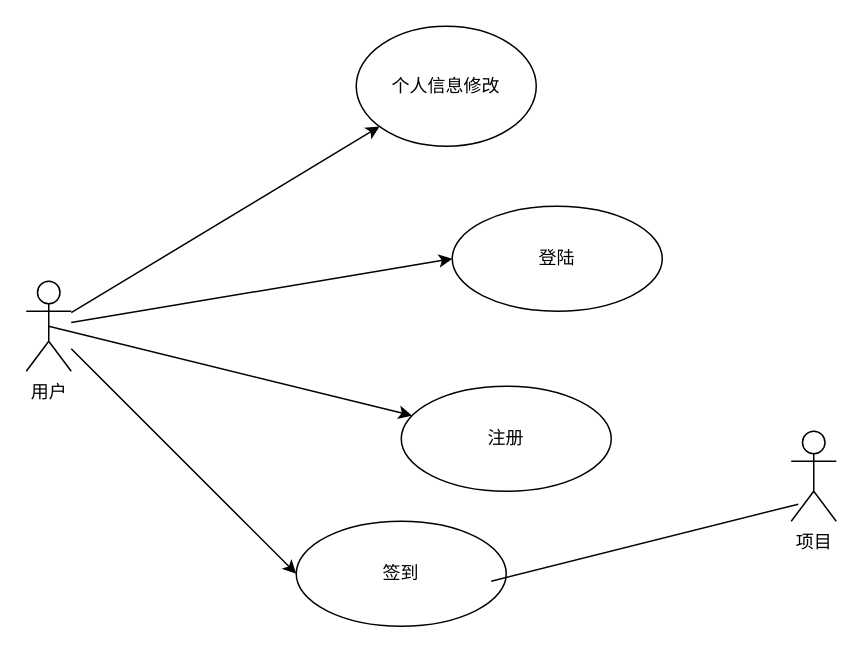
The draw.io diagram usecase/用户用例图.drawio in TongjiMicroservice/Documents, before the edit. Source tidied: cells renumbered, new cells numbered last; positions are measured from the earlier drawing's top-left corner, leaving out a move shared by most shapes. Both pictures are drawn from the tidied source at 150%, with x=0, y=0 at pixel (26, 26).
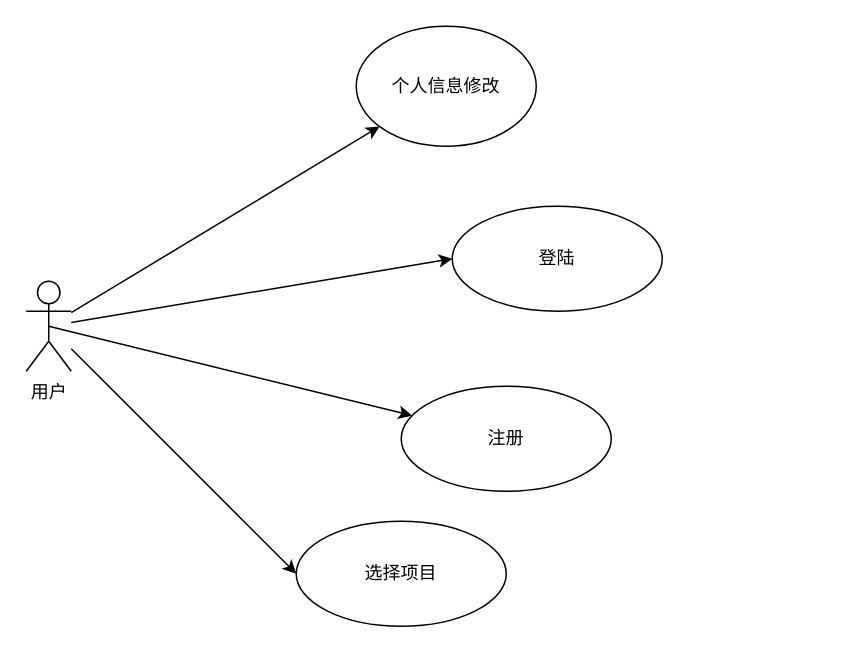
After the change.

Commit message:
Update 用户用例图.drawio

simple modify

What changed in the source:
```diff
@@
 <mxGraphModel>
   <root>
     <mxCell id="0" />
     <mxCell id="1" parent="0" />
     <mxCell id="2" style="rounded=0;jettySize=auto;html=1;exitX=0.5;exitY=0.5;exitDx=0;exitDy=0;exitPerimeter=0;" parent="1" edge="1" source="6" target="8">
       <mxGeometry relative="1" as="geometry" />
     </mxCell>
     <mxCell id="3" style="rounded=0;jettySize=auto;html=1;entryX=0;entryY=0.5;entryDx=0;entryDy=0;" parent="1" edge="1" source="6" target="7">
       <mxGeometry relative="1" as="geometry" />
     </mxCell>
     <mxCell id="4" style="rounded=0;jettySize=auto;html=1;entryX=0;entryY=0.5;entryDx=0;entryDy=0;" parent="1" edge="1" source="6" target="9">
       <mxGeometry relative="1" as="geometry" />
     </mxCell>
     <mxCell id="5" style="rounded=0;jettySize=auto;html=1;" parent="1" edge="1" source="6" target="12">
       <mxGeometry relative="1" as="geometry" />
     </mxCell>
     <mxCell id="6" value="用户&lt;br&gt;&lt;br&gt;" style="shape=umlActor;verticalLabelPosition=bottom;verticalAlign=top;html=1;" parent="1" vertex="1">
       <mxGeometry y="170" width="30" height="60" as="geometry" />
     </mxCell>
     <mxCell id="7" value="登陆&lt;br&gt;" style="ellipse;whiteSpace=wrap;html=1;" parent="1" vertex="1">
       <mxGeometry x="284" y="120" width="140" height="70" as="geometry" />
     </mxCell>
     <mxCell id="8" value="注册&lt;br&gt;" style="ellipse;whiteSpace=wrap;html=1;" parent="1" vertex="1">
       <mxGeometry x="250" y="240" width="140" height="70" as="geometry" />
     </mxCell>
-    <mxCell id="9" value="签到" style="ellipse;whiteSpace=wrap;html=1;" parent="1" vertex="1">
+    <mxCell id="9" value="选择项目" style="ellipse;whiteSpace=wrap;html=1;" parent="1" vertex="1">
       <mxGeometry x="180" y="330" width="140" height="70" as="geometry" />
     </mxCell>
-    <mxCell id="10" value="项目" style="shape=umlActor;verticalLabelPosition=bottom;verticalAlign=top;html=1;" parent="1" vertex="1">
-      <mxGeometry x="510" y="270" width="30" height="60" as="geometry" />
-    </mxCell>
-    <mxCell id="11" style="endArrow=none;html=1;rounded=0;entryX=0.157;entryY=0.81;entryDx=0;entryDy=0;entryPerimeter=0;" parent="1" edge="1" target="10">
-      <mxGeometry relative="1" as="geometry">
-        <mxPoint x="310" y="370" as="sourcePoint" />
-      </mxGeometry>
-    </mxCell>
     <mxCell id="12" value="个人信息修改" style="ellipse;whiteSpace=wrap;html=1;" parent="1" vertex="1">
       <mxGeometry x="220" width="120" height="80" as="geometry" />
     </mxCell>
   </root>
 </mxGraphModel>
```
